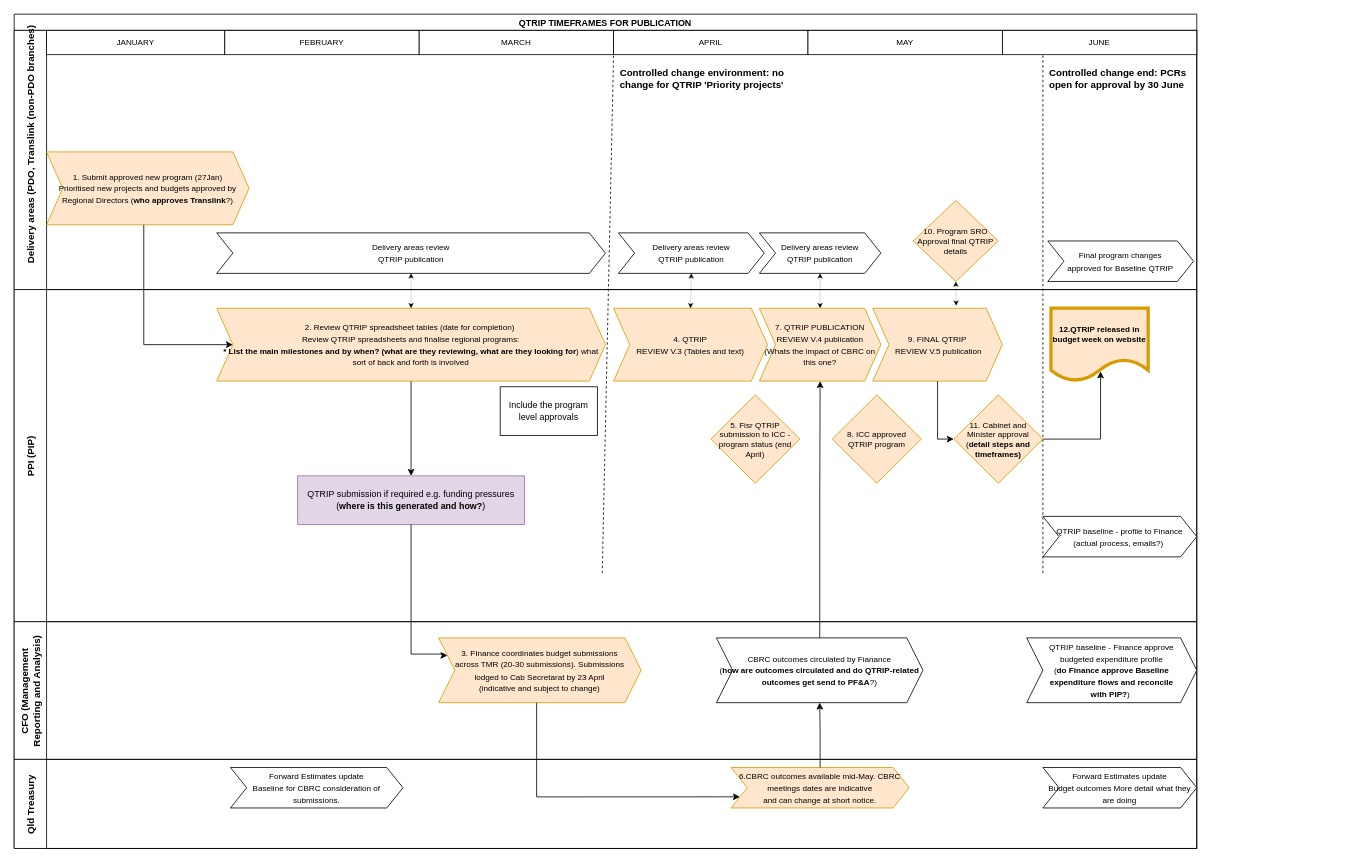
tzforster/great-suppository-name keeps this draw.io diagram as page "QTRIP" (1 of 3) of QTRIP and financial mapping.drawio. Above is the earlier version. Source tidied: cells renumbered, new cells numbered last; positions are measured from the earlier drawing's top-left corner, leaving out a move shared by most shapes. Both pictures are drawn from the tidied source at 81%, with x=0, y=0 at pixel (14, 14).
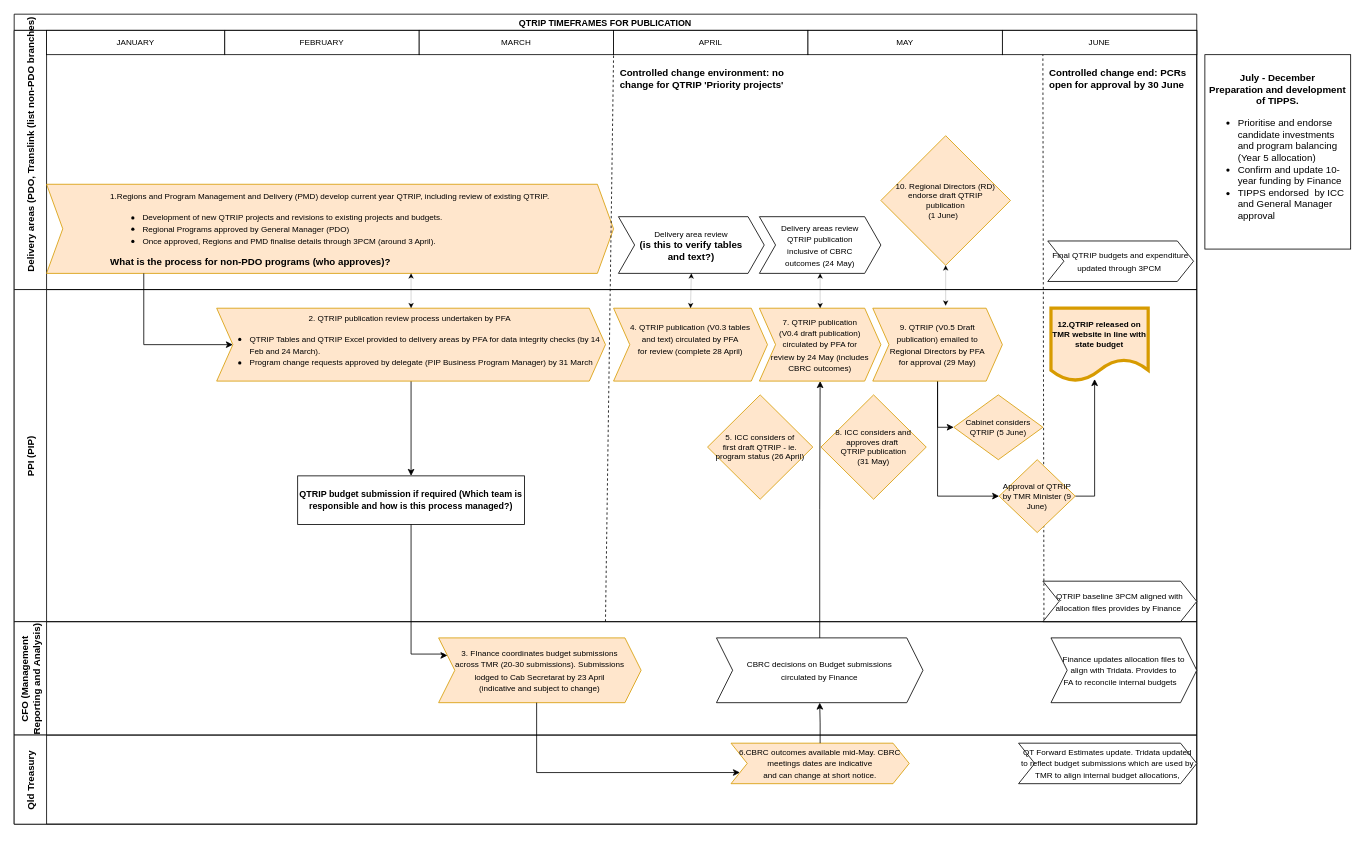
Above is the later version.

The change refers to these unchanged cells:
```xml
<mxCell id="8" value="APRIL" style="rounded=0;whiteSpace=wrap;html=1;fontSize=10;" parent="3" vertex="1">
  <mxGeometry x="740" width="240" height="30" as="geometry" />
</mxCell>
<mxCell id="20" value="PPI (PIP)" style="swimlane;startSize=40;horizontal=0;" parent="2" vertex="1">
  <mxGeometry y="340" width="1460" height="410" as="geometry" />
</mxCell>
<mxCell id="38" value="&lt;span style=&quot;font-size: 10px;&quot;&gt;3. FInance coordinates budget submissions&lt;br&gt;across TMR (20-30 submissions). Submissions&lt;br&gt;lodged to Cab Secretarat by 23 April&lt;br&gt;(indicative and subject to change)&lt;br&gt;&lt;/span&gt;" style="shape=step;perimeter=stepPerimeter;whiteSpace=wrap;html=1;fixedSize=1;fillColor=#ffe6cc;strokeColor=#d79b00;" parent="35" vertex="1">
  <mxGeometry x="524" y="20" width="250" height="80" as="geometry" />
</mxCell>
<mxCell id="41" value="&lt;span style=&quot;font-size: 10px;&quot;&gt;6.CBRC outcomes available mid-May. CBRC meetings dates are indicative&lt;br&gt;and can change at short notice.&lt;/span&gt;" style="shape=step;perimeter=stepPerimeter;whiteSpace=wrap;html=1;fixedSize=1;fillColor=#ffe6cc;strokeColor=#d79b00;" parent="39" vertex="1">
  <mxGeometry x="885" y="10" width="220" height="50" as="geometry" />
</mxCell>
```

The edit, as a diff of the source:
```diff
@@
     <mxCell id="2" value="QTRIP TIMEFRAMES FOR PUBLICATION" style="swimlane;horizontal=1;startSize=20;fontSize=11;" parent="1" vertex="1">
-      <mxGeometry width="1460" height="1030" as="geometry" />
+      <mxGeometry width="1460" height="1000" as="geometry" />
     </mxCell>
-    <mxCell id="3" value="            Delivery areas (PDO, Translink (non-PDO branches)" style="swimlane;startSize=40;horizontal=0;" parent="2" vertex="1">
+    <mxCell id="3" value="            Delivery areas (PDO, Translink (list non-PDO branches)" style="swimlane;startSize=40;horizontal=0;" parent="2" vertex="1">
       <mxGeometry y="20" width="1460" height="320" as="geometry" />
     </mxCell>
-    <mxCell id="4" value="&lt;font style=&quot;font-size: 10px;&quot;&gt;Final program changes&lt;br&gt;approved for Baseline QTRIP&lt;/font&gt;" style="shape=step;perimeter=stepPerimeter;whiteSpace=wrap;html=1;fixedSize=1;" parent="3" vertex="1">
+    <mxCell id="4" value="&lt;span style=&quot;font-size: 10px;&quot;&gt;Final QTRIP budgets and expenditure updated through 3PCM&amp;nbsp;&lt;/span&gt;" style="shape=step;perimeter=stepPerimeter;whiteSpace=wrap;html=1;fixedSize=1;" parent="3" vertex="1">
       <mxGeometry x="1276" y="260" width="180" height="50" as="geometry" />
     </mxCell>
@@
-    <mxCell id="11" value="10. Program SRO&lt;br&gt;Approval final QTRIP details" style="rhombus;whiteSpace=wrap;html=1;fontSize=10;fillColor=#ffe6cc;strokeColor=#d79b00;" parent="3" vertex="1">
-      <mxGeometry x="1110" y="210" width="105" height="100" as="geometry" />
+    <mxCell id="11" value="10. Regional Directors (RD) endorse draft QTRIP&lt;br&gt;publication&lt;br&gt;(1 June)&amp;nbsp;&amp;nbsp;" style="rhombus;whiteSpace=wrap;html=1;fontSize=10;fillColor=#ffe6cc;strokeColor=#d79b00;" parent="3" vertex="1">
+      <mxGeometry x="1070" y="130" width="160" height="160" as="geometry" />
     </mxCell>
-    <mxCell id="12" value="&lt;span style=&quot;font-size: 10px;&quot;&gt;Delivery areas review&lt;br&gt;QTRIP publication&lt;/span&gt;" style="shape=step;perimeter=stepPerimeter;whiteSpace=wrap;html=1;fixedSize=1;" parent="3" vertex="1">
-      <mxGeometry x="746" y="250" width="180" height="50" as="geometry" />
+    <mxCell id="12" value="&lt;span style=&quot;font-size: 10px;&quot;&gt;Delivery area review&lt;br&gt;&lt;/span&gt;&lt;b&gt;(is this to verify tables&lt;br&gt;and text?)&lt;/b&gt;" style="shape=step;perimeter=stepPerimeter;whiteSpace=wrap;html=1;fixedSize=1;" parent="3" vertex="1">
+      <mxGeometry x="746" y="230" width="180" height="70" as="geometry" />
     </mxCell>
-    <mxCell id="13" value="&lt;span style=&quot;font-size: 10px;&quot;&gt;Delivery areas review&lt;br&gt;QTRIP publication&lt;/span&gt;" style="shape=step;perimeter=stepPerimeter;whiteSpace=wrap;html=1;fixedSize=1;" parent="3" vertex="1">
-      <mxGeometry x="250" y="250" width="480" height="50" as="geometry" />
-    </mxCell>
-    <mxCell id="14" value="&lt;span style=&quot;font-size: 10px;&quot;&gt;Delivery areas review&lt;br&gt;QTRIP publication&lt;/span&gt;" style="shape=step;perimeter=stepPerimeter;whiteSpace=wrap;html=1;fixedSize=1;" parent="3" vertex="1">
-      <mxGeometry x="920" y="250" width="150" height="50" as="geometry" />
+    <mxCell id="14" value="&lt;span style=&quot;font-size: 10px;&quot;&gt;Delivery areas review&lt;br&gt;QTRIP publication&lt;br&gt;inclusive of CBRC&lt;br&gt;outcomes (24 May)&lt;/span&gt;" style="shape=step;perimeter=stepPerimeter;whiteSpace=wrap;html=1;fixedSize=1;" parent="3" vertex="1">
+      <mxGeometry x="920" y="230" width="150" height="70" as="geometry" />
     </mxCell>
-    <mxCell id="15" style="endArrow=none;dashed=1;html=1;rounded=0;strokeWidth=1;fontSize=10;endSize=6;entryX=0;entryY=1;entryDx=0;entryDy=0;" parent="3" edge="1">
+    <mxCell id="15" style="endArrow=none;dashed=1;html=1;rounded=0;strokeWidth=1;fontSize=10;endSize=6;entryX=0;entryY=1;entryDx=0;entryDy=0;exitX=0.007;exitY=0.954;exitDx=0;exitDy=0;exitPerimeter=0;" parent="3" edge="1" source="21">
       <mxGeometry relative="1" as="geometry">
-        <mxPoint x="1270" y="670" as="sourcePoint" />
         <mxPoint x="1270" y="30" as="targetPoint" />
       </mxGeometry>
     </mxCell>
@@
-    <mxCell id="18" value="&lt;span style=&quot;font-size: 10px;&quot;&gt;1. Submit approved new program (27Jan)&lt;br&gt;Prioritised new projects and budgets approved by Regional Directors (&lt;b&gt;who approves Translink&lt;/b&gt;?)&lt;br&gt;&lt;/span&gt;" style="shape=step;perimeter=stepPerimeter;whiteSpace=wrap;html=1;fixedSize=1;fillColor=#ffe6cc;strokeColor=#d79b00;" parent="3" vertex="1">
-      <mxGeometry x="40" y="150" width="250" height="90" as="geometry" />
+    <mxCell id="18" value="&lt;span style=&quot;font-size: 10px;&quot;&gt;1.&lt;/span&gt;&lt;span style=&quot;font-size: 10px;&quot;&gt;Regions and Program Management and Delivery (PMD) d&lt;/span&gt;&lt;span style=&quot;font-size: 10px;&quot;&gt;evelop current year QTRIP, including&amp;nbsp;review of existing QTRIP.&lt;br&gt;&lt;/span&gt;&lt;div style=&quot;text-align: left;&quot;&gt;&lt;ul&gt;&lt;li&gt;&lt;span style=&quot;font-size: 10px;&quot;&gt;Development of new QTRIP projects and revisions to existing projects and budgets.&lt;/span&gt;&lt;/li&gt;&lt;li&gt;&lt;span style=&quot;font-size: 10px;&quot;&gt;Regional Programs approved by General Manager (PDO)&amp;nbsp;&lt;/span&gt;&lt;/li&gt;&lt;li&gt;&lt;span style=&quot;font-size: 10px;&quot;&gt;Once approved, Regions and PMD finalise details through 3PCM (around 3 April).&lt;/span&gt;&lt;/li&gt;&lt;/ul&gt;&lt;div&gt;&lt;b&gt;What is the process for non-PDO programs (who approves)?&lt;/b&gt;&lt;/div&gt;&lt;/div&gt;" style="shape=step;perimeter=stepPerimeter;whiteSpace=wrap;html=1;fixedSize=1;fillColor=#ffe6cc;strokeColor=#d79b00;" parent="3" vertex="1">
+      <mxGeometry x="40" y="190" width="700" height="110" as="geometry" />
     </mxCell>
     <mxCell id="19" style="endArrow=classic;startArrow=classic;html=1;rounded=0;strokeWidth=0.2;fontSize=10;endSize=6;entryX=0.5;entryY=1;entryDx=0;entryDy=0;" parent="2" edge="1" target="11">
       <mxGeometry relative="1" as="geometry">
-        <mxPoint x="1163" y="360" as="sourcePoint" />
+        <mxPoint x="1150" y="360" as="sourcePoint" />
       </mxGeometry>
     </mxCell>
@@
-    <mxCell id="21" value="&lt;span style=&quot;font-size: 10px;&quot;&gt;QTRIP baseline - profile to Finance (actual process, emails?)&amp;nbsp;&lt;/span&gt;" style="shape=step;perimeter=stepPerimeter;whiteSpace=wrap;html=1;fixedSize=1;" parent="20" vertex="1">
-      <mxGeometry x="1270" y="280" width="190" height="50" as="geometry" />
+    <mxCell id="21" value="&lt;span style=&quot;font-size: 10px;&quot;&gt;QTRIP baseline 3PCM aligned with allocation files provides by Finance&amp;nbsp;&lt;/span&gt;" style="shape=step;perimeter=stepPerimeter;whiteSpace=wrap;html=1;fixedSize=1;" parent="20" vertex="1">
+      <mxGeometry x="1270" y="360" width="190" height="50" as="geometry" />
     </mxCell>
-    <mxCell id="22" value="12.QTRIP released in budget week on website" style="shape=document;whiteSpace=wrap;html=1;boundedLbl=1;fontSize=10;fillColor=#ffe6cc;strokeColor=#d79b00;fontStyle=1;strokeWidth=4;" parent="20" vertex="1">
+    <mxCell id="22" value="12.QTRIP released on TMR website in line with state budget" style="shape=document;whiteSpace=wrap;html=1;boundedLbl=1;fontSize=10;fillColor=#ffe6cc;strokeColor=#d79b00;fontStyle=1;strokeWidth=4;" parent="20" vertex="1">
       <mxGeometry x="1280" y="23" width="120" height="90" as="geometry" />
     </mxCell>
-    <mxCell id="23" value="&lt;span style=&quot;font-size: 10px;&quot;&gt;7. QTRIP PUBLICATION&lt;br&gt;REVIEW V.4 publication&lt;br&gt;(Whats the impact of CBRC on this one?&lt;br&gt;&lt;/span&gt;" style="shape=step;perimeter=stepPerimeter;whiteSpace=wrap;html=1;fixedSize=1;fillColor=#ffe6cc;strokeColor=#d79b00;" parent="20" vertex="1">
+    <mxCell id="23" value="&lt;span style=&quot;font-size: 10px;&quot;&gt;7. QTRIP publication&lt;br&gt;(&lt;/span&gt;&lt;span style=&quot;font-size: 10px;&quot;&gt;V0.4 draft publication)&lt;/span&gt;&lt;span style=&quot;font-size: 10px;&quot;&gt;&lt;br&gt;circulated by PFA for&lt;br&gt;review by 24 May (includes CBRC outcomes)&lt;br&gt;&lt;/span&gt;" style="shape=step;perimeter=stepPerimeter;whiteSpace=wrap;html=1;fixedSize=1;fillColor=#ffe6cc;strokeColor=#d79b00;" parent="20" vertex="1">
       <mxGeometry x="920" y="23" width="150" height="90" as="geometry" />
     </mxCell>
@@
+    <mxCell id="52" style="edgeStyle=orthogonalEdgeStyle;rounded=0;jettySize=auto;html=1;entryX=0;entryY=0.5;entryDx=0;entryDy=0;" parent="20" edge="1" source="25" target="54">
+      <mxGeometry relative="1" as="geometry" />
+    </mxCell>
-    <mxCell id="25" value="&lt;span style=&quot;font-size: 10px;&quot;&gt;9. FINAL QTRIP&lt;br&gt;&amp;nbsp;REVIEW V.5 publication&lt;/span&gt;" style="shape=step;perimeter=stepPerimeter;whiteSpace=wrap;html=1;fixedSize=1;fillColor=#ffe6cc;strokeColor=#d79b00;" parent="20" vertex="1">
+    <mxCell id="25" value="&lt;span style=&quot;font-size: 10px;&quot;&gt;9. QTRIP (V0.5 Draft&lt;br&gt;publication) emailed to&lt;br&gt;Regional Directors by PFA&lt;br&gt;for approval (29 May)&lt;br&gt;&lt;/span&gt;" style="shape=step;perimeter=stepPerimeter;whiteSpace=wrap;html=1;fixedSize=1;fillColor=#ffe6cc;strokeColor=#d79b00;" parent="20" vertex="1">
       <mxGeometry x="1060" y="23" width="160" height="90" as="geometry" />
     </mxCell>
-    <mxCell id="26" value="8. ICC approved&lt;br&gt;QTRIP program" style="rhombus;whiteSpace=wrap;html=1;fontSize=10;fillColor=#ffe6cc;strokeColor=#d79b00;" parent="20" vertex="1">
-      <mxGeometry x="1010" y="130" width="110" height="109.1" as="geometry" />
+    <mxCell id="26" value="8. ICC considers and approves draft&amp;nbsp;&lt;br&gt;QTRIP publication&lt;br&gt;(31 May)" style="rhombus;whiteSpace=wrap;html=1;fontSize=10;fillColor=#ffe6cc;strokeColor=#d79b00;" parent="20" vertex="1">
+      <mxGeometry x="996" y="130" width="130" height="128.9" as="geometry" />
     </mxCell>
-    <mxCell id="27" value="&lt;span style=&quot;font-size: 10px;&quot;&gt;4. QTRIP&lt;br&gt;REVIEW V.3 (Tables and text)&lt;/span&gt;" style="shape=step;perimeter=stepPerimeter;whiteSpace=wrap;html=1;fixedSize=1;fillColor=#ffe6cc;strokeColor=#d79b00;" parent="20" vertex="1">
+    <mxCell id="27" value="&lt;span style=&quot;font-size: 10px;&quot;&gt;4. QTRIP publication&amp;nbsp;&lt;/span&gt;&lt;span style=&quot;font-size: 10px;&quot;&gt;(V0.3 tables&lt;br&gt;and text)&amp;nbsp;&lt;/span&gt;&lt;span style=&quot;font-size: 10px;&quot;&gt;circulated&amp;nbsp;&lt;/span&gt;&lt;span style=&quot;font-size: 10px;&quot;&gt;by PFA&lt;/span&gt;&lt;span style=&quot;font-size: 10px;&quot;&gt;&lt;br&gt;for review (complete 28 April)&lt;br&gt;&lt;br&gt;&lt;/span&gt;" style="shape=step;perimeter=stepPerimeter;whiteSpace=wrap;html=1;fixedSize=1;fillColor=#ffe6cc;strokeColor=#d79b00;" parent="20" vertex="1">
       <mxGeometry x="740" y="23" width="190" height="90" as="geometry" />
     </mxCell>
-    <mxCell id="28" value="5. Fisr QTRIP submission to ICC - program status (end April)" style="rhombus;whiteSpace=wrap;html=1;fontSize=10;fillColor=#ffe6cc;strokeColor=#d79b00;" parent="20" vertex="1">
-      <mxGeometry x="860" y="130" width="110" height="109.1" as="geometry" />
+    <mxCell id="28" value="5. ICC considers of&lt;br&gt;first draft QTRIP - ie. program status (26 April)" style="rhombus;whiteSpace=wrap;html=1;fontSize=10;fillColor=#ffe6cc;strokeColor=#d79b00;" parent="20" vertex="1">
+      <mxGeometry x="856" y="130" width="130" height="128.9" as="geometry" />
     </mxCell>
@@
-    <mxCell id="30" value="&lt;span style=&quot;font-size: 10px;&quot;&gt;2. Review QTRIP spreadsheet tables (date for completion)&amp;nbsp;&lt;br&gt;Review QTRIP spreadsheets and finalise regional programs:&lt;br&gt;&lt;b&gt;* List the main milestones and by when? (what are they reviewing, what are they looking for&lt;/b&gt;) what sort of back and forth is involved&lt;/span&gt;" style="shape=step;perimeter=stepPerimeter;whiteSpace=wrap;html=1;fixedSize=1;fillColor=#ffe6cc;strokeColor=#d79b00;" parent="20" vertex="1">
+    <mxCell id="30" value="&lt;span style=&quot;font-size: 10px;&quot;&gt;2. QTRIP publication review process undertaken by PFA&amp;nbsp;&lt;/span&gt;&lt;br&gt;&lt;div style=&quot;text-align: left;&quot;&gt;&lt;ul&gt;&lt;li&gt;&lt;span style=&quot;font-size: 10px;&quot;&gt;QTRIP Tables and QTRIP Excel provided to delivery areas by PFA for data integrity checks (by 14 Feb and 24 March).&lt;/span&gt;&lt;/li&gt;&lt;li&gt;&lt;span style=&quot;font-size: 10px;&quot;&gt;Program&amp;nbsp;change requests approved by delegate (PIP Business Program Manager) by 31 March&amp;nbsp;&lt;/span&gt;&lt;/li&gt;&lt;/ul&gt;&lt;/div&gt;" style="shape=step;perimeter=stepPerimeter;whiteSpace=wrap;html=1;fixedSize=1;fillColor=#ffe6cc;strokeColor=#d79b00;" parent="20" vertex="1">
       <mxGeometry x="250" y="23" width="480" height="90" as="geometry" />
     </mxCell>
-    <mxCell id="31" style="edgeStyle=orthogonalEdgeStyle;rounded=0;jettySize=auto;html=1;entryX=0.51;entryY=0.867;entryDx=0;entryDy=0;entryPerimeter=0;strokeWidth=1;fontFamily=Helvetica;fontSize=10;fontColor=#000000;" parent="20" edge="1" source="32" target="22">
-      <mxGeometry relative="1" as="geometry" />
-    </mxCell>
-    <mxCell id="32" value="11. Cabinet and&lt;br&gt;Minister approval (&lt;b&gt;detail steps and timeframes)&lt;/b&gt;" style="rhombus;whiteSpace=wrap;html=1;fontSize=10;fillColor=#ffe6cc;strokeColor=#d79b00;" parent="20" vertex="1">
-      <mxGeometry x="1160" y="130" width="110" height="109.1" as="geometry" />
+    <mxCell id="32" value="Cabinet considers QTRIP (5 June)" style="rhombus;whiteSpace=wrap;html=1;fontSize=10;fillColor=#ffe6cc;strokeColor=#d79b00;" parent="20" vertex="1">
+      <mxGeometry x="1160" y="130" width="110" height="80" as="geometry" />
     </mxCell>
-    <mxCell id="33" value="QTRIP submission if required e.g. funding pressures (&lt;b style=&quot;font-size: 11px;&quot;&gt;where is this generated and how?&lt;/b&gt;)" style="rounded=0;whiteSpace=wrap;html=1;fillColor=#e1d5e7;strokeColor=#9673a6;fontSize=11;" parent="20" vertex="1">
+    <mxCell id="33" value="QTRIP budget submission if required (Which team is responsible and how is this process managed?)" style="rounded=0;whiteSpace=wrap;html=1;fontSize=11;fontStyle=1;" parent="20" vertex="1">
       <mxGeometry x="350" y="230" width="280" height="60" as="geometry" />
     </mxCell>
-    <mxCell id="34" value="Include the program level approvals" style="rounded=0;whiteSpace=wrap;html=1;fontSize=11;" parent="20" vertex="1">
-      <mxGeometry x="600" y="120" width="120" height="60" as="geometry" />
-    </mxCell>
+    <mxCell id="53" style="edgeStyle=orthogonalEdgeStyle;rounded=0;jettySize=auto;html=1;entryX=0.449;entryY=0.972;entryDx=0;entryDy=0;entryPerimeter=0;" parent="20" edge="1" source="54" target="22">
+      <mxGeometry relative="1" as="geometry">
+        <Array as="points">
+          <mxPoint x="1334" y="255" />
+        </Array>
+      </mxGeometry>
+    </mxCell>
+    <mxCell id="54" value="Approval of QTRIP by TMR Minister (9 June)" style="rhombus;whiteSpace=wrap;html=1;fontSize=10;fillColor=#ffe6cc;strokeColor=#d79b00;" parent="20" vertex="1">
+      <mxGeometry x="1216" y="210" width="94" height="90" as="geometry" />
+    </mxCell>
     <mxCell id="35" value="CFO (Management&#10;Reporting and Analysis)" style="swimlane;startSize=40;horizontal=0;" parent="2" vertex="1">
-      <mxGeometry y="750" width="1460" height="170" as="geometry" />
+      <mxGeometry y="750" width="1460" height="140" as="geometry" />
     </mxCell>
-    <mxCell id="36" value="&lt;font style=&quot;font-size: 10px;&quot;&gt;QTRIP baseline - Finance approve&lt;br&gt;budgeted expenditure profile&lt;br&gt;(&lt;b&gt;do Finance approve Baseline&lt;br&gt;expenditure flows and reconcile&lt;br&gt;with PIP?&lt;/b&gt;)&amp;nbsp;&lt;/font&gt;" style="shape=step;perimeter=stepPerimeter;whiteSpace=wrap;html=1;fixedSize=1;" parent="35" vertex="1">
-      <mxGeometry x="1250" y="20" width="210" height="80" as="geometry" />
+    <mxCell id="36" value="&lt;font style=&quot;font-size: 10px;&quot;&gt;Finance updates allocation files to&lt;br&gt;align with Tridata. Provides to &lt;br&gt;FA to reconcile internal budgets&amp;nbsp; &amp;nbsp;&lt;/font&gt;" style="shape=step;perimeter=stepPerimeter;whiteSpace=wrap;html=1;fixedSize=1;" parent="35" vertex="1">
+      <mxGeometry x="1280" y="20" width="180" height="80" as="geometry" />
     </mxCell>
-    <mxCell id="37" value="&lt;span style=&quot;font-size: 10px;&quot;&gt;CBRC outcomes circulated by Fianance&lt;br&gt;(&lt;b&gt;how are outcomes circulated and do QTRIP-related outcomes get send to PF&amp;amp;A&lt;/b&gt;?)&lt;br&gt;&lt;/span&gt;" style="shape=step;perimeter=stepPerimeter;whiteSpace=wrap;html=1;fixedSize=1;" parent="35" vertex="1">
+    <mxCell id="37" value="&lt;span style=&quot;font-size: 10px;&quot;&gt;CBRC decisions on Budget submissions&lt;br&gt;circulated by Finance&lt;br&gt;&lt;/span&gt;" style="shape=step;perimeter=stepPerimeter;whiteSpace=wrap;html=1;fixedSize=1;" parent="35" vertex="1">
       <mxGeometry x="867" y="20" width="255" height="80" as="geometry" />
     </mxCell>
@@
     <mxCell id="39" value="Qld Treasury" style="swimlane;startSize=40;horizontal=0;" parent="2" vertex="1">
-      <mxGeometry y="920" width="1460" height="110" as="geometry" />
+      <mxGeometry y="890" width="1460" height="110" as="geometry" />
     </mxCell>
-    <mxCell id="40" value="&lt;span style=&quot;font-size: 10px;&quot;&gt;Forward Estim&lt;/span&gt;&lt;font style=&quot;font-size: 10px;&quot;&gt;ates update&lt;br&gt;&lt;span style=&quot;text-align: left; background-color: rgb(255, 255, 255);&quot;&gt;Baseline for CBRC consideration of submissions.&lt;/span&gt;&lt;/font&gt;&lt;span style=&quot;font-size: 10px;&quot;&gt;&lt;br&gt;&lt;/span&gt;" style="shape=step;perimeter=stepPerimeter;whiteSpace=wrap;html=1;fixedSize=1;" parent="39" vertex="1">
-      <mxGeometry x="267" y="10" width="213" height="50" as="geometry" />
-    </mxCell>
@@
-    <mxCell id="42" value="&lt;span style=&quot;font-size: 10px;&quot;&gt;Forward Estim&lt;/span&gt;&lt;font style=&quot;font-size: 10px;&quot;&gt;ates update&lt;br&gt;&lt;/font&gt;&lt;span style=&quot;font-size: 10px;&quot;&gt;Budget outcomes&amp;nbsp;&lt;/span&gt;&lt;span style=&quot;font-size: 10px;&quot;&gt;More detail what they are doing&lt;/span&gt;&lt;span style=&quot;font-size: 10px;&quot;&gt;&lt;br&gt;&lt;/span&gt;" style="shape=step;perimeter=stepPerimeter;whiteSpace=wrap;html=1;fixedSize=1;" parent="39" vertex="1">
-      <mxGeometry x="1270" y="10" width="190" height="50" as="geometry" />
+    <mxCell id="42" value="&lt;span style=&quot;font-size: 10px;&quot;&gt;QT Forward Estim&lt;/span&gt;&lt;font style=&quot;font-size: 10px;&quot;&gt;ates update. Tridata updated to reflect budget submissions which are used by TMR to align internal budget allocations,&lt;/font&gt;&lt;span style=&quot;font-size: 10px;&quot;&gt;&lt;br&gt;&lt;/span&gt;" style="shape=step;perimeter=stepPerimeter;whiteSpace=wrap;html=1;fixedSize=1;" parent="39" vertex="1">
+      <mxGeometry x="1240" y="10" width="220" height="50" as="geometry" />
     </mxCell>
@@
-    <mxCell id="44" style="endArrow=classic;startArrow=classic;html=1;rounded=0;strokeWidth=0.2;fontSize=10;endSize=6;entryX=0.5;entryY=1;entryDx=0;entryDy=0;exitX=0.5;exitY=0;exitDx=0;exitDy=0;" parent="2" edge="1" source="30" target="13">
-      <mxGeometry relative="1" as="geometry" />
+    <mxCell id="44" style="endArrow=classic;startArrow=classic;html=1;rounded=0;strokeWidth=0.2;fontSize=10;endSize=6;entryX=0.5;entryY=1;entryDx=0;entryDy=0;exitX=0.5;exitY=0;exitDx=0;exitDy=0;" parent="2" edge="1" source="30">
+      <mxGeometry relative="1" as="geometry">
+        <mxPoint x="490" y="320" as="targetPoint" />
+      </mxGeometry>
     </mxCell>
@@
     <mxCell id="47" style="edgeStyle=orthogonalEdgeStyle;rounded=0;jettySize=auto;html=1;entryX=0;entryY=0.75;entryDx=0;entryDy=0;fontFamily=Helvetica;fontSize=10;fontColor=#000000;" parent="2" edge="1" source="38" target="41">
       <mxGeometry relative="1" as="geometry">
         <Array as="points">
-          <mxPoint x="645" y="966" />
+          <mxPoint x="645" y="936" />
         </Array>
       </mxGeometry>
     </mxCell>
@@
-    <mxCell id="51" style="endArrow=none;dashed=1;html=1;rounded=0;strokeWidth=1;fontSize=10;endSize=6;entryX=0;entryY=1;entryDx=0;entryDy=0;" parent="1" edge="1" target="8">
-      <mxGeometry relative="1" as="geometry">
-        <mxPoint x="726" y="690" as="sourcePoint" />
-      </mxGeometry>
+    <mxCell id="51" style="endArrow=none;dashed=1;html=1;rounded=0;strokeWidth=1;fontSize=10;endSize=6;entryX=0;entryY=1;entryDx=0;entryDy=0;exitX=0.5;exitY=0;exitDx=0;exitDy=0;" parent="2" edge="1" source="35" target="8">
+      <mxGeometry relative="1" as="geometry" />
     </mxCell>
+    <mxCell id="55" value="&lt;b&gt;July - December&lt;br&gt;Preparation and development of TIPPS.&lt;/b&gt;&lt;br&gt;&lt;div style=&quot;text-align: left;&quot;&gt;&lt;ul&gt;&lt;li&gt;&lt;span style=&quot;font-size: 12px;&quot;&gt;Prioritise and endorse candidate investments and program balancing (Year 5 allocation)&amp;nbsp;&lt;/span&gt;&lt;/li&gt;&lt;li&gt;&lt;span style=&quot;font-size: 12px;&quot;&gt;Confirm and update 10-year funding by Finance&lt;/span&gt;&lt;/li&gt;&lt;li&gt;&lt;span style=&quot;font-size: 12px;&quot;&gt;TIPPS endorsed&amp;nbsp; by ICC and General Manager approval&lt;/span&gt;&lt;/li&gt;&lt;/ul&gt;&lt;/div&gt;" style="rounded=0;whiteSpace=wrap;html=1;" parent="1" vertex="1">
+      <mxGeometry x="1470" y="50" width="180" height="240" as="geometry" />
+    </mxCell>
```
